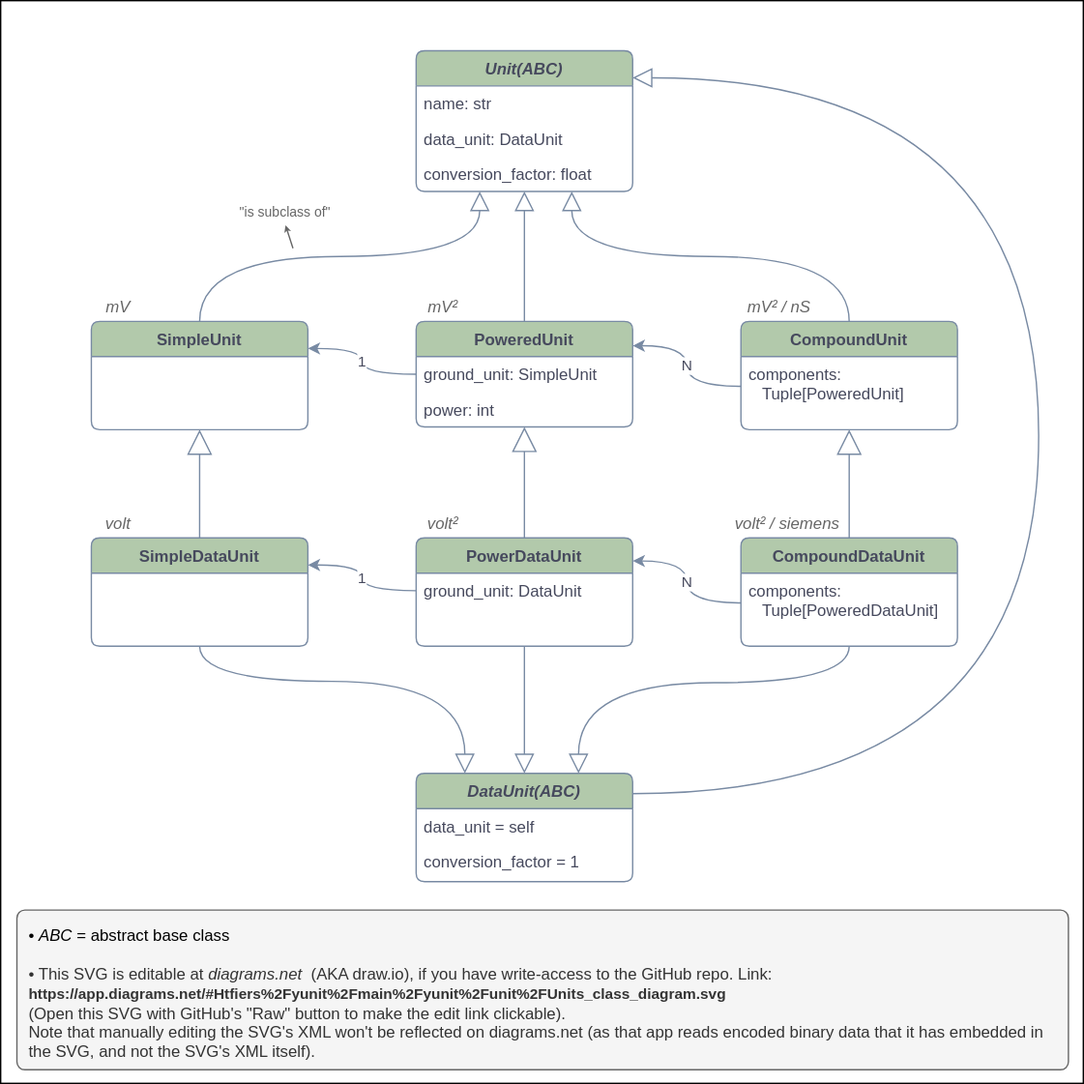
Earlier version of the draw.io export yunit/unit/Units_class_diagram.svg (tfiers/unitlib). Source tidied: cells renumbered, new cells last; positions are measured from the earlier drawing's top-left corner, leaving out a move shared by most shapes.
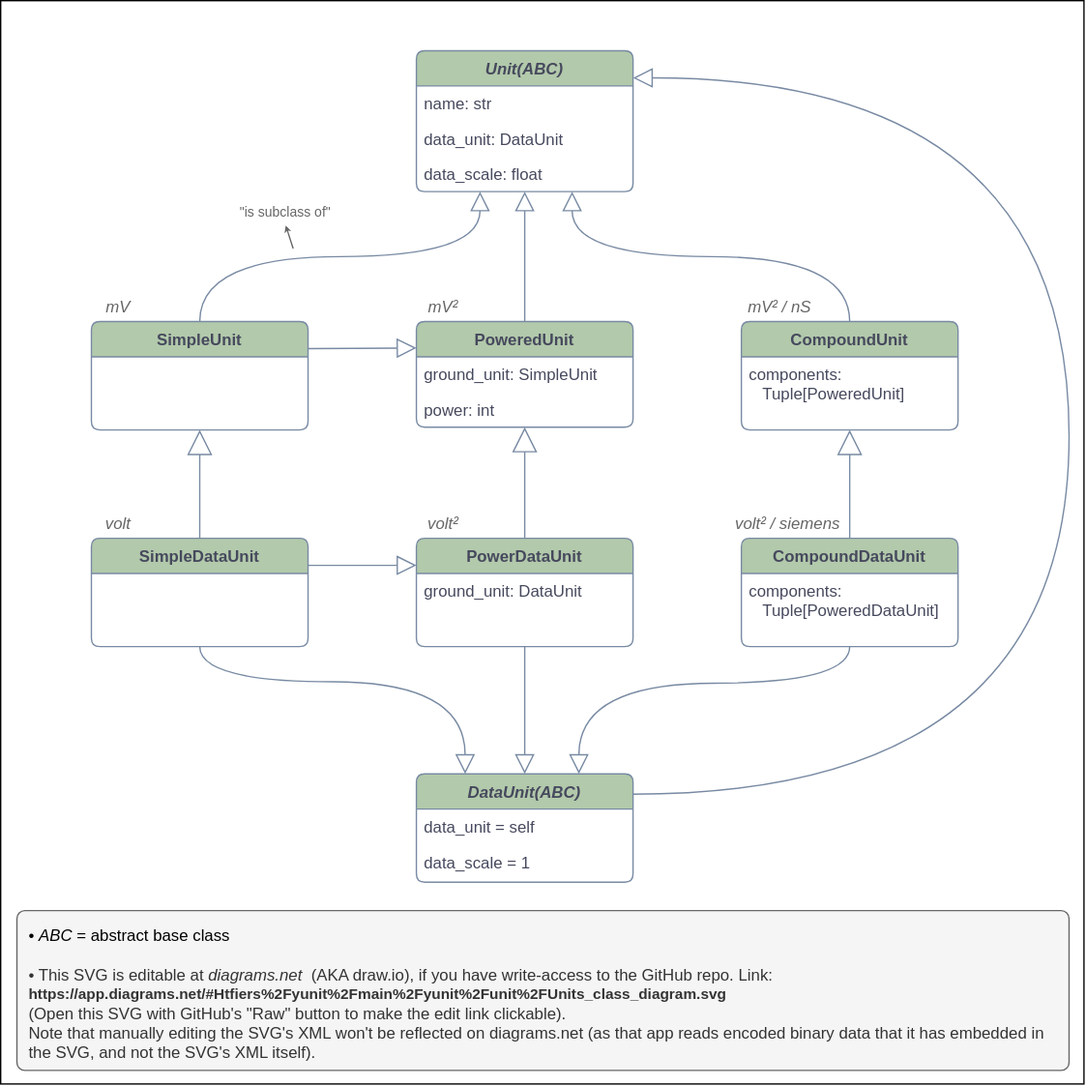
After the commit.

Commit message:
🔧MAINT svg: simple subs powered

The edit, as a diff of the source:
```diff
@@ -19,17 +19,6 @@
     <mxCell id="5" style="endArrow=block;endFill=0;endSize=12;html=1;strokeColor=#788AA3;fontColor=#46495D;exitX=0.5;exitY=0;exitDx=0;exitDy=0;edgeStyle=orthogonalEdgeStyle;curved=1;" parent="1" edge="1" source="29" target="25">
       <mxGeometry relative="1" as="geometry" />
     </mxCell>
-    <mxCell id="6" value="1" style="endArrow=none;html=1;exitX=1;exitY=0.25;exitDx=0;exitDy=0;strokeColor=#788AA3;fontColor=#46495D;startArrow=classic;startFill=1;entryX=0;entryY=0.5;entryDx=0;entryDy=0;edgeStyle=orthogonalEdgeStyle;curved=1;" parent="1" edge="1" source="24" target="30">
-      <mxGeometry relative="1" as="geometry" />
-    </mxCell>
-    <mxCell id="7" value="N" style="endArrow=none;html=1;rounded=1;strokeColor=#788AA3;fontColor=#46495D;startArrow=classic;startFill=1;entryX=0;entryY=0.5;entryDx=0;entryDy=0;edgeStyle=orthogonalEdgeStyle;curved=1;" parent="1" edge="1" source="29" target="38">
-      <mxGeometry relative="1" as="geometry">
-        <Array as="points">
-          <mxPoint x="507" y="255" />
-          <mxPoint x="507" y="285" />
-        </Array>
-      </mxGeometry>
-    </mxCell>
     <mxCell id="8" style="endArrow=block;endFill=0;endSize=12;html=1;strokeColor=#788AA3;fontColor=#46495D;edgeStyle=orthogonalEdgeStyle;curved=1;exitX=0.5;exitY=0;exitDx=0;exitDy=0;" parent="1" edge="1" source="37" target="25">
       <mxGeometry relative="1" as="geometry">
         <Array as="points">
@@ -38,28 +27,17 @@
         </Array>
       </mxGeometry>
     </mxCell>
-    <mxCell id="9" value="1" style="endArrow=none;html=1;strokeColor=#788AA3;fontColor=#46495D;startArrow=classic;startFill=1;exitX=1;exitY=0.25;exitDx=0;exitDy=0;entryX=0;entryY=0.5;entryDx=0;entryDy=0;edgeStyle=orthogonalEdgeStyle;curved=1;" parent="1" edge="1" source="34" target="33">
-      <mxGeometry relative="1" as="geometry" />
-    </mxCell>
     <mxCell id="10" style="endArrow=block;endSize=16;endFill=0;html=1;strokeColor=#788AA3;fontColor=#46495D;curved=1;" parent="1" edge="1" source="32" target="29">
       <mxGeometry relative="1" as="geometry" />
     </mxCell>
-    <mxCell id="11" value="N" style="endArrow=none;html=1;rounded=1;strokeColor=#788AA3;fontColor=#46495D;startArrow=classic;startFill=1;entryX=0;entryY=0.5;entryDx=0;entryDy=0;edgeStyle=orthogonalEdgeStyle;curved=1;" parent="1" edge="1" source="32" target="36">
-      <mxGeometry relative="1" as="geometry">
-        <Array as="points">
-          <mxPoint x="507" y="414" />
-          <mxPoint x="507" y="445" />
-        </Array>
-      </mxGeometry>
-    </mxCell>
     <mxCell id="12" style="endArrow=block;endSize=16;endFill=0;html=1;strokeColor=#788AA3;fontColor=#46495D;curved=1;" parent="1" edge="1" source="35" target="37">
       <mxGeometry relative="1" as="geometry" />
     </mxCell>
     <mxCell id="13" style="endArrow=block;endFill=0;endSize=12;html=1;strokeColor=#788AA3;fontColor=#46495D;edgeStyle=orthogonalEdgeStyle;curved=1;" parent="1" edge="1" source="39" target="25">
       <mxGeometry relative="1" as="geometry">
         <Array as="points">
-          <mxPoint x="767" y="586" />
-          <mxPoint x="767" y="57" />
+          <mxPoint x="789" y="586" />
+          <mxPoint x="789" y="57" />
         </Array>
       </mxGeometry>
     </mxCell>
@@ -115,7 +93,7 @@
     <mxCell id="27" value="data_unit: DataUnit" style="text;strokeColor=none;fillColor=none;align=left;verticalAlign=top;spacingLeft=4;spacingRight=4;overflow=hidden;fontColor=#46495D;rounded=1;" parent="25" vertex="1">
       <mxGeometry y="52" width="160" height="26" as="geometry" />
     </mxCell>
-    <mxCell id="28" value="conversion_factor: float" style="text;strokeColor=none;fillColor=none;align=left;verticalAlign=top;spacingLeft=4;spacingRight=4;overflow=hidden;fontColor=#46495D;rounded=1;" parent="25" vertex="1">
+    <mxCell id="28" value="data_scale: float" style="text;strokeColor=none;fillColor=none;align=left;verticalAlign=top;spacingLeft=4;spacingRight=4;overflow=hidden;fontColor=#46495D;rounded=1;" parent="25" vertex="1">
       <mxGeometry y="78" width="160" height="26" as="geometry" />
     </mxCell>
     <mxCell id="29" value="PoweredUnit" style="swimlane;fontStyle=1;align=center;verticalAlign=top;horizontal=1;startSize=26;shadow=0;strokeWidth=1;spacing=0;fillColor=#B2C9AB;strokeColor=#788AA3;fontColor=#46495D;rounded=1;arcSize=8;spacingTop=2;" parent="1" vertex="1">
@@ -154,7 +132,7 @@
     <mxCell id="40" value="data_unit = self" style="text;strokeColor=none;fillColor=none;align=left;verticalAlign=top;spacingLeft=4;spacingRight=4;overflow=hidden;fontColor=#46495D;rounded=1;" parent="39" vertex="1">
       <mxGeometry y="26" width="160" height="26" as="geometry" />
     </mxCell>
-    <mxCell id="41" value="conversion_factor = 1" style="text;strokeColor=none;fillColor=none;align=left;verticalAlign=top;spacingLeft=4;spacingRight=4;overflow=hidden;fontColor=#46495D;rounded=1;" parent="39" vertex="1">
+    <mxCell id="41" value="data_scale = 1" style="text;strokeColor=none;fillColor=none;align=left;verticalAlign=top;spacingLeft=4;spacingRight=4;overflow=hidden;fontColor=#46495D;rounded=1;" parent="39" vertex="1">
       <mxGeometry y="52" width="160" height="26" as="geometry" />
     </mxCell>
     <mxCell id="42" value="&quot;is subclass of&quot;" style="text;html=1;strokeColor=none;fillColor=none;align=center;verticalAlign=middle;whiteSpace=wrap;rounded=0;fontColor=#666666;fontSize=10;" parent="1" vertex="1">
@@ -165,5 +143,21 @@
         <mxPoint x="216" y="183" as="sourcePoint" />
       </mxGeometry>
     </mxCell>
+    <mxCell id="44" style="endArrow=block;endFill=0;endSize=12;html=1;strokeColor=#788AA3;fontColor=#46495D;edgeStyle=orthogonalEdgeStyle;curved=1;exitX=1;exitY=0.25;exitDx=0;exitDy=0;entryX=0;entryY=0.25;entryDx=0;entryDy=0;" parent="1" edge="1" source="24" target="29">
+      <mxGeometry relative="1" as="geometry">
+        <Array as="points">
+          <mxPoint x="261" y="257" />
+          <mxPoint x="261" y="257" />
+        </Array>
+      </mxGeometry>
+    </mxCell>
+    <mxCell id="45" style="endArrow=block;endFill=0;endSize=12;html=1;strokeColor=#788AA3;fontColor=#46495D;edgeStyle=orthogonalEdgeStyle;curved=1;exitX=1;exitY=0.25;exitDx=0;exitDy=0;entryX=0;entryY=0.25;entryDx=0;entryDy=0;" parent="1" edge="1" source="34" target="32">
+      <mxGeometry relative="1" as="geometry">
+        <Array as="points">
+          <mxPoint x="252" y="417" />
+          <mxPoint x="252" y="417" />
+        </Array>
+      </mxGeometry>
+    </mxCell>
   </root>
 </mxGraphModel>
```
